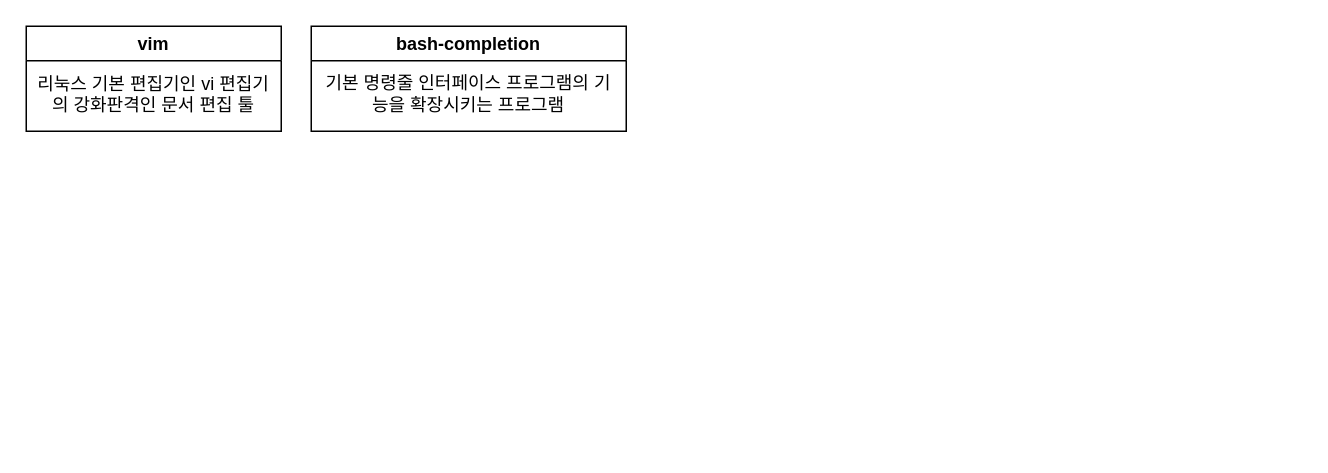
yokikim/Report-resource-linux keeps this draw.io diagram as list_packages.drawio. Above is the earlier version. Source tidied: cells renumbered, new cells numbered last; positions are measured from the earlier drawing's top-left corner, leaving out a move shared by most shapes. Both pictures are drawn from the tidied source at 150%, with x=0, y=0 at pixel (26, 26).
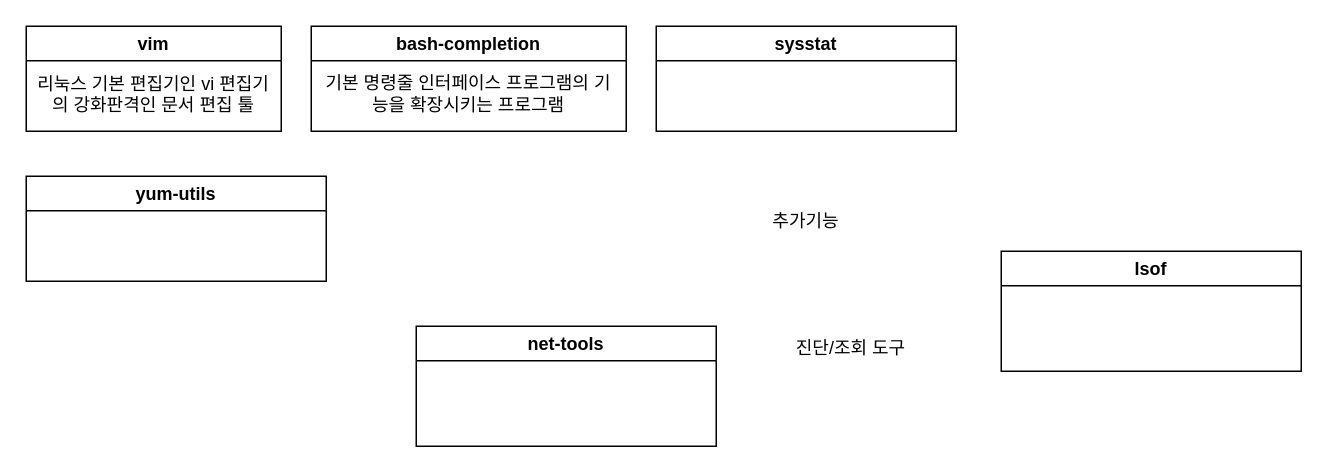
The same page after the edit.

What changed in the source:
```diff
@@
 <mxGraphModel>
   <root>
     <mxCell id="0" />
     <mxCell id="1" parent="0" />
     <mxCell id="2" value="vim" style="swimlane;whiteSpace=wrap;html=1;rounded=0;labelBackgroundColor=none;" parent="1" vertex="1">
       <mxGeometry width="170" height="70" as="geometry" />
     </mxCell>
     <mxCell id="3" value="리눅스 기본 편집기인 vi 편집기의 강화판격인 문서 편집 툴" style="text;html=1;strokeColor=none;fillColor=none;align=center;verticalAlign=top;whiteSpace=wrap;rounded=0;labelBackgroundColor=none;" parent="2" vertex="1">
       <mxGeometry x="5" y="25" width="160" height="40" as="geometry" />
     </mxCell>
     <mxCell id="4" value="bash-completion" style="swimlane;whiteSpace=wrap;html=1;rounded=0;labelBackgroundColor=none;" parent="1" vertex="1">
       <mxGeometry x="190" width="210" height="70" as="geometry" />
     </mxCell>
     <mxCell id="5" value="기본 명령줄 인터페이스 프로그램의 기능을 확장시키는 프로그램" style="text;html=1;strokeColor=none;fillColor=none;align=center;verticalAlign=middle;whiteSpace=wrap;rounded=0;labelBackgroundColor=none;" parent="4" vertex="1">
       <mxGeometry x="5" y="30" width="200" height="30" as="geometry" />
     </mxCell>
+    <mxCell id="6" value="sysstat" style="swimlane;whiteSpace=wrap;html=1;" parent="1" vertex="1">
+      <mxGeometry x="420" width="200" height="70" as="geometry" />
+    </mxCell>
+    <mxCell id="7" value="yum-utils" style="swimlane;whiteSpace=wrap;html=1;" parent="1" vertex="1">
+      <mxGeometry y="100" width="200" height="70" as="geometry" />
+    </mxCell>
+    <mxCell id="8" value="추가기능" style="text;html=1;strokeColor=none;fillColor=none;align=center;verticalAlign=middle;whiteSpace=wrap;rounded=0;" parent="1" vertex="1">
+      <mxGeometry x="470" y="110" width="100" height="40" as="geometry" />
+    </mxCell>
+    <mxCell id="9" value="net-tools" style="swimlane;whiteSpace=wrap;html=1;" parent="1" vertex="1">
+      <mxGeometry x="260" y="200" width="200" height="80" as="geometry" />
+    </mxCell>
+    <mxCell id="10" value="lsof" style="swimlane;whiteSpace=wrap;html=1;" parent="1" vertex="1">
+      <mxGeometry x="650" y="150" width="200" height="80" as="geometry" />
+    </mxCell>
+    <mxCell id="11" value="진단/조회 도구" style="text;html=1;strokeColor=none;fillColor=none;align=center;verticalAlign=middle;whiteSpace=wrap;rounded=0;" parent="1" vertex="1">
+      <mxGeometry x="500" y="200" width="100" height="30" as="geometry" />
+    </mxCell>
   </root>
 </mxGraphModel>
```
